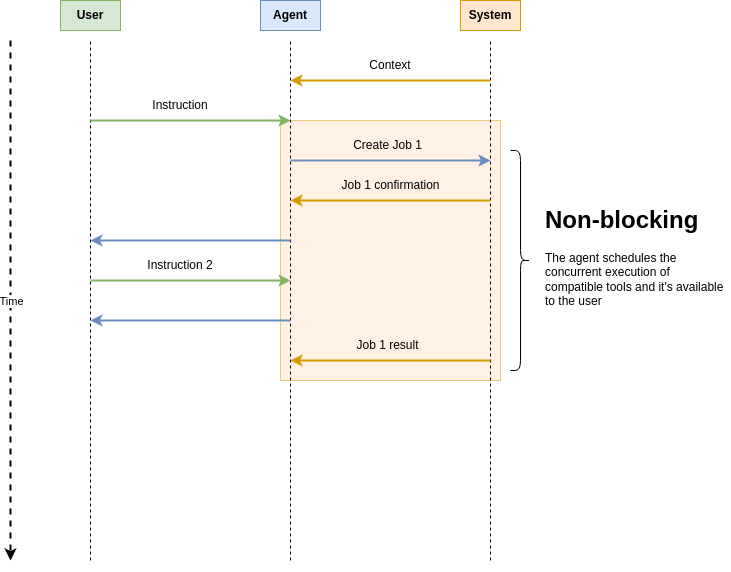
The draw.io diagram assets/non_blocking.png in engelberger/concurrent-agent-executor, before a commit. Source tidied: cells renumbered, new cells last; positions are measured from the earlier drawing's top-left corner, leaving out a move shared by most shapes.
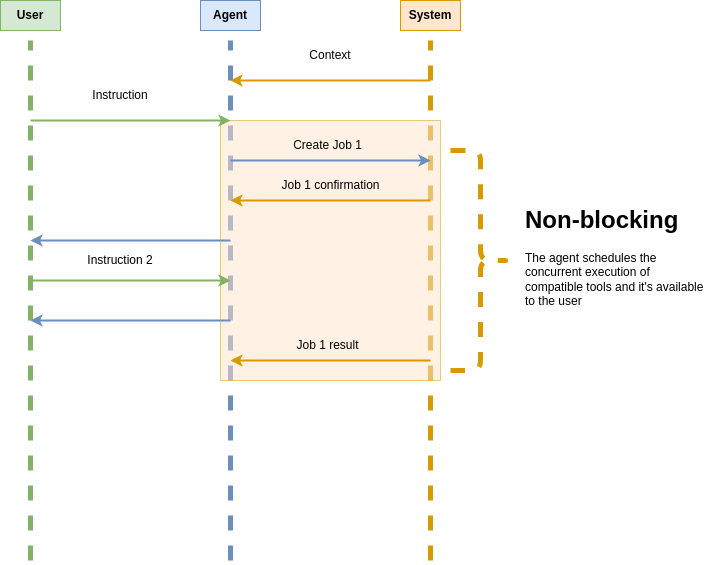
After the commit.

Diff of the diagram source:
```diff
@@ -2,27 +2,27 @@
   <root>
     <mxCell id="0" />
     <mxCell id="1" parent="0" />
-    <mxCell id="2" style="rounded=0;whiteSpace=wrap;html=1;fillColor=#ffe6cc;strokeColor=#d79b00;opacity=50;" parent="1" vertex="1">
-      <mxGeometry x="270" y="120" width="220" height="260" as="geometry" />
-    </mxCell>
-    <mxCell id="3" style="endArrow=none;html=1;rounded=0;dashed=1;" parent="1" edge="1">
-      <mxGeometry relative="1" as="geometry">
-        <mxPoint x="80" y="560" as="sourcePoint" />
-        <mxPoint x="80" y="40" as="targetPoint" />
-      </mxGeometry>
-    </mxCell>
-    <mxCell id="4" style="endArrow=none;html=1;rounded=0;dashed=1;" parent="1" edge="1">
-      <mxGeometry relative="1" as="geometry">
-        <mxPoint x="280" y="560" as="sourcePoint" />
-        <mxPoint x="280" y="40" as="targetPoint" />
-      </mxGeometry>
-    </mxCell>
-    <mxCell id="5" style="endArrow=none;html=1;rounded=0;dashed=1;" parent="1" edge="1">
-      <mxGeometry relative="1" as="geometry">
-        <mxPoint x="480" y="560" as="sourcePoint" />
-        <mxPoint x="480" y="40" as="targetPoint" />
-      </mxGeometry>
-    </mxCell>
+    <mxCell id="28" style="endArrow=none;html=1;rounded=0;dashed=1;fillColor=#d5e8d4;strokeColor=#82b366;strokeWidth=5;" parent="1" edge="1">
+      <mxGeometry relative="1" as="geometry">
+        <mxPoint x="80" y="560" as="sourcePoint" />
+        <mxPoint x="80" y="40" as="targetPoint" />
+      </mxGeometry>
+    </mxCell>
+    <mxCell id="29" style="endArrow=none;html=1;rounded=0;dashed=1;fillColor=#dae8fc;strokeColor=#6c8ebf;strokeWidth=5;" parent="1" edge="1">
+      <mxGeometry relative="1" as="geometry">
+        <mxPoint x="280" y="560" as="sourcePoint" />
+        <mxPoint x="280" y="40" as="targetPoint" />
+      </mxGeometry>
+    </mxCell>
+    <mxCell id="30" style="endArrow=none;html=1;rounded=0;dashed=1;fillColor=#ffe6cc;strokeColor=#d79b00;strokeWidth=5;" parent="1" edge="1">
+      <mxGeometry relative="1" as="geometry">
+        <mxPoint x="480" y="560" as="sourcePoint" />
+        <mxPoint x="480" y="40" as="targetPoint" />
+      </mxGeometry>
+    </mxCell>
+    <mxCell id="31" style="rounded=0;whiteSpace=wrap;html=1;fillColor=#ffe6cc;strokeColor=#d79b00;opacity=50;" parent="1" vertex="1">
+      <mxGeometry x="270" y="120" width="220" height="260" as="geometry" />
+    </mxCell>
     <mxCell id="6" value="User" style="text;html=1;strokeColor=#82b366;fillColor=#d5e8d4;align=center;verticalAlign=middle;whiteSpace=wrap;rounded=0;fontStyle=1;" parent="1" vertex="1">
       <mxGeometry x="50" width="60" height="30" as="geometry" />
     </mxCell>
@@ -32,47 +32,47 @@
     <mxCell id="8" value="System" style="text;html=1;strokeColor=#d79b00;fillColor=#ffe6cc;align=center;verticalAlign=middle;whiteSpace=wrap;rounded=0;fontStyle=1;" parent="1" vertex="1">
       <mxGeometry x="450" width="60" height="30" as="geometry" />
     </mxCell>
-    <mxCell id="9" style="endArrow=classic;html=1;rounded=0;fillColor=#ffe6cc;strokeColor=#d79b00;strokeWidth=2;" parent="1" edge="1">
-      <mxGeometry relative="1" as="geometry">
-        <mxPoint x="480" y="80" as="sourcePoint" />
-        <mxPoint x="280" y="80" as="targetPoint" />
-      </mxGeometry>
-    </mxCell>
-    <mxCell id="10" style="endArrow=classic;html=1;rounded=0;fillColor=#d5e8d4;strokeColor=#82b366;strokeWidth=2;" parent="1" edge="1">
-      <mxGeometry relative="1" as="geometry">
-        <mxPoint x="80" y="120" as="sourcePoint" />
-        <mxPoint x="280" y="120" as="targetPoint" />
-      </mxGeometry>
-    </mxCell>
-    <mxCell id="11" style="endArrow=classic;html=1;rounded=0;strokeWidth=2;fillColor=#dae8fc;strokeColor=#6c8ebf;" parent="1" edge="1">
-      <mxGeometry relative="1" as="geometry">
-        <mxPoint x="280" y="160" as="sourcePoint" />
-        <mxPoint x="480" y="160" as="targetPoint" />
-      </mxGeometry>
-    </mxCell>
-    <mxCell id="12" style="endArrow=classic;html=1;rounded=0;fillColor=#ffe6cc;strokeColor=#d79b00;strokeWidth=2;" parent="1" edge="1">
-      <mxGeometry relative="1" as="geometry">
-        <mxPoint x="480" y="200" as="sourcePoint" />
-        <mxPoint x="280" y="200" as="targetPoint" />
-      </mxGeometry>
-    </mxCell>
-    <mxCell id="13" style="endArrow=classic;html=1;rounded=0;fillColor=#ffe6cc;strokeColor=#d79b00;strokeWidth=2;" parent="1" edge="1">
-      <mxGeometry relative="1" as="geometry">
-        <mxPoint x="480" y="360" as="sourcePoint" />
-        <mxPoint x="280" y="360" as="targetPoint" />
-      </mxGeometry>
-    </mxCell>
-    <mxCell id="14" style="endArrow=classic;html=1;rounded=0;fillColor=#d5e8d4;strokeColor=#82b366;strokeWidth=2;" parent="1" edge="1">
-      <mxGeometry relative="1" as="geometry">
-        <mxPoint x="80" y="280" as="sourcePoint" />
-        <mxPoint x="280" y="280" as="targetPoint" />
-      </mxGeometry>
-    </mxCell>
+    <mxCell id="32" style="endArrow=classic;html=1;rounded=0;fillColor=#ffe6cc;strokeColor=#d79b00;strokeWidth=2;" parent="1" edge="1">
+      <mxGeometry relative="1" as="geometry">
+        <mxPoint x="480" y="80" as="sourcePoint" />
+        <mxPoint x="280" y="80" as="targetPoint" />
+      </mxGeometry>
+    </mxCell>
+    <mxCell id="33" style="endArrow=classic;html=1;rounded=0;fillColor=#d5e8d4;strokeColor=#82b366;strokeWidth=2;" parent="1" edge="1">
+      <mxGeometry relative="1" as="geometry">
+        <mxPoint x="80" y="120" as="sourcePoint" />
+        <mxPoint x="280" y="120" as="targetPoint" />
+      </mxGeometry>
+    </mxCell>
+    <mxCell id="34" style="endArrow=classic;html=1;rounded=0;strokeWidth=2;fillColor=#dae8fc;strokeColor=#6c8ebf;" parent="1" edge="1">
+      <mxGeometry relative="1" as="geometry">
+        <mxPoint x="280" y="160" as="sourcePoint" />
+        <mxPoint x="480" y="160" as="targetPoint" />
+      </mxGeometry>
+    </mxCell>
+    <mxCell id="35" style="endArrow=classic;html=1;rounded=0;fillColor=#ffe6cc;strokeColor=#d79b00;strokeWidth=2;" parent="1" edge="1">
+      <mxGeometry relative="1" as="geometry">
+        <mxPoint x="480" y="200" as="sourcePoint" />
+        <mxPoint x="280" y="200" as="targetPoint" />
+      </mxGeometry>
+    </mxCell>
+    <mxCell id="36" style="endArrow=classic;html=1;rounded=0;fillColor=#ffe6cc;strokeColor=#d79b00;strokeWidth=2;" parent="1" edge="1">
+      <mxGeometry relative="1" as="geometry">
+        <mxPoint x="480" y="360" as="sourcePoint" />
+        <mxPoint x="280" y="360" as="targetPoint" />
+      </mxGeometry>
+    </mxCell>
+    <mxCell id="37" style="endArrow=classic;html=1;rounded=0;fillColor=#d5e8d4;strokeColor=#82b366;strokeWidth=2;" parent="1" edge="1">
+      <mxGeometry relative="1" as="geometry">
+        <mxPoint x="80" y="280" as="sourcePoint" />
+        <mxPoint x="280" y="280" as="targetPoint" />
+      </mxGeometry>
+    </mxCell>
-    <mxCell id="15" value="&lt;div&gt;Context&lt;/div&gt;" style="text;html=1;strokeColor=none;fillColor=none;align=center;verticalAlign=middle;whiteSpace=wrap;rounded=0;" parent="1" vertex="1">
-      <mxGeometry x="350" y="50" width="60" height="30" as="geometry" />
+    <mxCell id="15" value="&lt;div&gt;Context&lt;/div&gt;" style="text;html=1;strokeColor=none;fillColor=default;align=center;verticalAlign=middle;whiteSpace=wrap;rounded=0;opacity=50;" parent="1" vertex="1">
+      <mxGeometry x="350" y="40" width="60" height="30" as="geometry" />
     </mxCell>
-    <mxCell id="16" value="Instruction" style="text;html=1;strokeColor=none;fillColor=none;align=center;verticalAlign=middle;whiteSpace=wrap;rounded=0;" parent="1" vertex="1">
-      <mxGeometry x="140" y="90" width="60" height="30" as="geometry" />
+    <mxCell id="16" value="Instruction" style="text;html=1;strokeColor=none;fillColor=default;align=center;verticalAlign=middle;whiteSpace=wrap;rounded=0;opacity=50;" parent="1" vertex="1">
+      <mxGeometry x="140" y="80" width="60" height="30" as="geometry" />
     </mxCell>
     <mxCell id="17" value="Create Job 1" style="text;html=1;strokeColor=none;fillColor=none;align=center;verticalAlign=middle;whiteSpace=wrap;rounded=0;" parent="1" vertex="1">
       <mxGeometry x="340" y="130" width="75" height="30" as="geometry" />
@@ -80,41 +80,32 @@
     <mxCell id="18" value="Job 1 confirmation" style="text;html=1;strokeColor=none;fillColor=none;align=center;verticalAlign=middle;whiteSpace=wrap;rounded=0;" parent="1" vertex="1">
       <mxGeometry x="327.5" y="170" width="105" height="30" as="geometry" />
     </mxCell>
-    <mxCell id="19" value="Instruction 2" style="text;html=1;strokeColor=none;fillColor=none;align=center;verticalAlign=middle;whiteSpace=wrap;rounded=0;" parent="1" vertex="1">
-      <mxGeometry x="130" y="250" width="80" height="30" as="geometry" />
+    <mxCell id="19" value="Instruction 2" style="text;html=1;strokeColor=none;fillColor=default;align=center;verticalAlign=middle;whiteSpace=wrap;rounded=0;opacity=50;" parent="1" vertex="1">
+      <mxGeometry x="130" y="245" width="80" height="30" as="geometry" />
     </mxCell>
     <mxCell id="20" value="Job 1 result" style="text;html=1;strokeColor=none;fillColor=none;align=center;verticalAlign=middle;whiteSpace=wrap;rounded=0;" parent="1" vertex="1">
       <mxGeometry x="325" y="330" width="105" height="30" as="geometry" />
     </mxCell>
-    <mxCell id="21" style="endArrow=classic;html=1;rounded=0;fillColor=#dae8fc;strokeColor=#6c8ebf;strokeWidth=2;" parent="1" edge="1">
-      <mxGeometry relative="1" as="geometry">
-        <mxPoint x="280" y="240" as="sourcePoint" />
-        <mxPoint x="80" y="240" as="targetPoint" />
-      </mxGeometry>
-    </mxCell>
-    <mxCell id="22" style="endArrow=classic;html=1;rounded=0;fillColor=#dae8fc;strokeColor=#6c8ebf;strokeWidth=2;" parent="1" edge="1">
-      <mxGeometry relative="1" as="geometry">
-        <mxPoint x="280" y="320" as="sourcePoint" />
-        <mxPoint x="80" y="320" as="targetPoint" />
-      </mxGeometry>
-    </mxCell>
-    <mxCell id="23" style="endArrow=classic;html=1;rounded=0;strokeWidth=2;dashed=1;" parent="1" edge="1">
-      <mxGeometry relative="1" as="geometry">
-        <mxPoint y="40" as="sourcePoint" />
-        <mxPoint y="560" as="targetPoint" />
-      </mxGeometry>
-    </mxCell>
-    <mxCell id="24" value="Time" style="edgeLabel;html=1;align=center;verticalAlign=middle;" parent="23" vertex="1">
-      <mxGeometry relative="1" as="geometry" />
-    </mxCell>
-    <mxCell id="25" style="group;" parent="1" vertex="1">
-      <mxGeometry x="500" y="150" width="220" height="220" as="geometry" />
-    </mxCell>
-    <mxCell id="26" style="shape=curlyBracket;whiteSpace=wrap;html=1;rounded=1;flipH=1;labelPosition=right;verticalLabelPosition=middle;align=left;verticalAlign=middle;" parent="25" vertex="1">
-      <mxGeometry width="20" height="220" as="geometry" />
-    </mxCell>
+    <mxCell id="38" style="endArrow=classic;html=1;rounded=0;fillColor=#dae8fc;strokeColor=#6c8ebf;strokeWidth=2;" parent="1" edge="1">
+      <mxGeometry relative="1" as="geometry">
+        <mxPoint x="280" y="240" as="sourcePoint" />
+        <mxPoint x="80" y="240" as="targetPoint" />
+      </mxGeometry>
+    </mxCell>
+    <mxCell id="39" style="endArrow=classic;html=1;rounded=0;fillColor=#dae8fc;strokeColor=#6c8ebf;strokeWidth=2;" parent="1" edge="1">
+      <mxGeometry relative="1" as="geometry">
+        <mxPoint x="280" y="320" as="sourcePoint" />
+        <mxPoint x="80" y="320" as="targetPoint" />
+      </mxGeometry>
+    </mxCell>
+    <mxCell id="40" style="group;fillColor=none;perimeterSpacing=0;" parent="1" vertex="1">
+      <mxGeometry x="500" y="150" width="220" height="220" as="geometry" />
+    </mxCell>
+    <mxCell id="41" style="shape=curlyBracket;whiteSpace=wrap;html=1;rounded=1;flipH=1;labelPosition=right;verticalLabelPosition=middle;align=left;verticalAlign=middle;strokeWidth=5;fillColor=#ffe6cc;strokeColor=#d79b00;dashed=1;" parent="40" vertex="1">
+      <mxGeometry width="60" height="220" as="geometry" />
+    </mxCell>
-    <mxCell id="27" value="&lt;h1&gt;Non-blocking&lt;/h1&gt;&lt;p&gt;The agent schedules the concurrent execution of compatible tools and it's available to the user&amp;nbsp;&lt;/p&gt;" style="text;html=1;strokeColor=none;fillColor=none;spacing=5;spacingTop=-20;whiteSpace=wrap;overflow=hidden;rounded=0;" parent="25" vertex="1">
-      <mxGeometry x="30" y="50" width="190" height="120" as="geometry" />
+    <mxCell id="27" value="&lt;h1&gt;Non-blocking&lt;/h1&gt;&lt;p&gt;The agent schedules the concurrent execution of compatible tools and it's available to the user&amp;nbsp;&lt;/p&gt;" style="text;html=1;strokeColor=none;fillColor=default;spacing=5;spacingTop=-20;whiteSpace=wrap;overflow=hidden;rounded=0;perimeterSpacing=0;" parent="40" vertex="1">
+      <mxGeometry x="70" y="50" width="190" height="120" as="geometry" />
     </mxCell>
   </root>
 </mxGraphModel>
```
